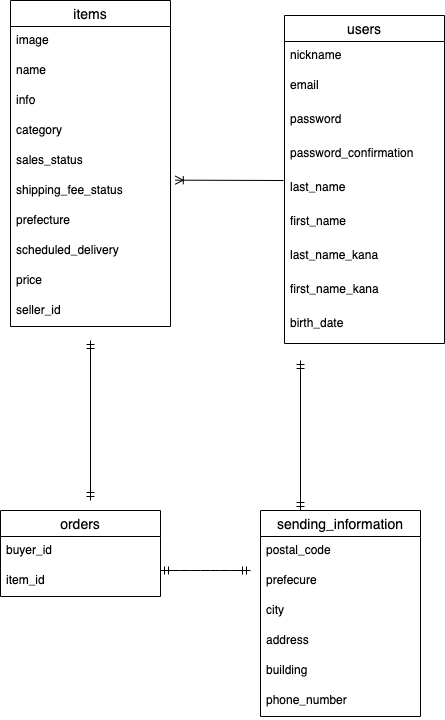
Before: furima.png, a diagram exported from draw.io (Lisakinomayoi/furima-36460). Source tidied: cells renumbered, new cells last; positions are measured from the earlier drawing's top-left corner, leaving out a move shared by most shapes.
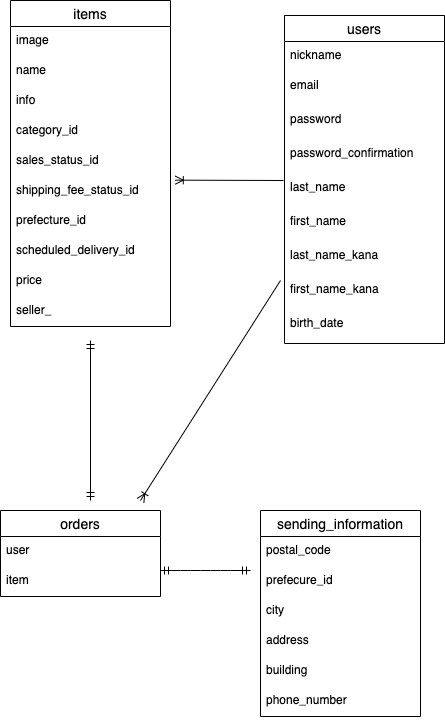
The same diagram one commit later.

Change to the diagram source:
```diff
@@ -44,34 +44,34 @@
     <mxCell id="15" value="info" style="text;strokeColor=none;fillColor=none;spacingLeft=4;spacingRight=4;overflow=hidden;fontSize=12;" parent="12" vertex="1">
       <mxGeometry y="86" width="160" height="30" as="geometry" />
     </mxCell>
-    <mxCell id="16" value="category" style="text;strokeColor=none;fillColor=none;spacingLeft=4;spacingRight=4;overflow=hidden;fontSize=12;" parent="12" vertex="1">
+    <mxCell id="16" value="category_id" style="text;strokeColor=none;fillColor=none;spacingLeft=4;spacingRight=4;overflow=hidden;fontSize=12;" parent="12" vertex="1">
       <mxGeometry y="116" width="160" height="30" as="geometry" />
     </mxCell>
-    <mxCell id="17" value="sales_status" style="text;strokeColor=none;fillColor=none;spacingLeft=4;spacingRight=4;overflow=hidden;fontSize=12;" parent="12" vertex="1">
+    <mxCell id="17" value="sales_status_id" style="text;strokeColor=none;fillColor=none;spacingLeft=4;spacingRight=4;overflow=hidden;fontSize=12;" parent="12" vertex="1">
       <mxGeometry y="146" width="160" height="30" as="geometry" />
     </mxCell>
-    <mxCell id="18" value="shipping_fee_status" style="text;strokeColor=none;fillColor=none;spacingLeft=4;spacingRight=4;overflow=hidden;points=[[0,0.5],[1,0.5]];portConstraint=eastwest;fontSize=12;" parent="12" vertex="1">
+    <mxCell id="18" value="shipping_fee_status_id" style="text;strokeColor=none;fillColor=none;spacingLeft=4;spacingRight=4;overflow=hidden;points=[[0,0.5],[1,0.5]];portConstraint=eastwest;fontSize=12;" parent="12" vertex="1">
       <mxGeometry y="176" width="160" height="30" as="geometry" />
     </mxCell>
-    <mxCell id="19" value="prefecture" style="text;strokeColor=none;fillColor=none;spacingLeft=4;spacingRight=4;overflow=hidden;fontSize=12;" parent="12" vertex="1">
+    <mxCell id="19" value="prefecture_id" style="text;strokeColor=none;fillColor=none;spacingLeft=4;spacingRight=4;overflow=hidden;fontSize=12;" parent="12" vertex="1">
       <mxGeometry y="206" width="160" height="30" as="geometry" />
     </mxCell>
-    <mxCell id="20" value="scheduled_delivery" style="text;strokeColor=none;fillColor=none;spacingLeft=4;spacingRight=4;overflow=hidden;fontSize=12;" parent="12" vertex="1">
+    <mxCell id="20" value="scheduled_delivery_id" style="text;strokeColor=none;fillColor=none;spacingLeft=4;spacingRight=4;overflow=hidden;fontSize=12;" parent="12" vertex="1">
       <mxGeometry y="236" width="160" height="30" as="geometry" />
     </mxCell>
     <mxCell id="21" value="price" style="text;strokeColor=none;fillColor=none;spacingLeft=4;spacingRight=4;overflow=hidden;fontSize=12;" parent="12" vertex="1">
       <mxGeometry y="266" width="160" height="30" as="geometry" />
     </mxCell>
-    <mxCell id="22" value="seller_id" style="text;strokeColor=none;fillColor=none;spacingLeft=4;spacingRight=4;overflow=hidden;fontSize=12;" parent="12" vertex="1">
+    <mxCell id="22" value="seller_" style="text;strokeColor=none;fillColor=none;spacingLeft=4;spacingRight=4;overflow=hidden;fontSize=12;" parent="12" vertex="1">
       <mxGeometry y="296" width="160" height="30" as="geometry" />
     </mxCell>
     <mxCell id="23" value="orders" style="swimlane;fontStyle=0;horizontal=1;startSize=26;align=center;fontSize=14;" parent="1" vertex="1">
       <mxGeometry y="510" width="160" height="86" as="geometry" />
     </mxCell>
-    <mxCell id="24" value="buyer_id" style="text;strokeColor=none;fillColor=none;spacingLeft=4;spacingRight=4;overflow=hidden;fontSize=12;" parent="23" vertex="1">
+    <mxCell id="24" value="user" style="text;strokeColor=none;fillColor=none;spacingLeft=4;spacingRight=4;overflow=hidden;fontSize=12;" parent="23" vertex="1">
       <mxGeometry y="26" width="160" height="30" as="geometry" />
     </mxCell>
-    <mxCell id="25" value="item_id" style="text;strokeColor=none;fillColor=none;spacingLeft=4;spacingRight=4;overflow=hidden;fontSize=12;" parent="23" vertex="1">
+    <mxCell id="25" value="item" style="text;strokeColor=none;fillColor=none;spacingLeft=4;spacingRight=4;overflow=hidden;fontSize=12;" parent="23" vertex="1">
       <mxGeometry y="56" width="160" height="30" as="geometry" />
     </mxCell>
     <mxCell id="26" value="sending_information" style="swimlane;fontStyle=0;horizontal=1;startSize=26;align=center;fontSize=14;" parent="1" vertex="1">
@@ -80,7 +80,7 @@
     <mxCell id="27" value="postal_code" style="text;strokeColor=none;fillColor=none;spacingLeft=4;spacingRight=4;overflow=hidden;fontSize=12;" parent="26" vertex="1">
       <mxGeometry y="26" width="160" height="30" as="geometry" />
     </mxCell>
-    <mxCell id="28" value="prefecure" style="text;strokeColor=none;fillColor=none;spacingLeft=4;spacingRight=4;overflow=hidden;fontSize=12;" parent="26" vertex="1">
+    <mxCell id="28" value="prefecure_id" style="text;strokeColor=none;fillColor=none;spacingLeft=4;spacingRight=4;overflow=hidden;fontSize=12;" parent="26" vertex="1">
       <mxGeometry y="56" width="160" height="30" as="geometry" />
     </mxCell>
     <mxCell id="29" value="city" style="text;strokeColor=none;fillColor=none;spacingLeft=4;spacingRight=4;overflow=hidden;fontSize=12;" parent="26" vertex="1">
@@ -112,10 +112,11 @@
         <mxPoint x="90" y="500" as="targetPoint" />
       </mxGeometry>
     </mxCell>
-    <mxCell id="36" style="fontSize=12;html=1;endArrow=ERmandOne;startArrow=ERmandOne;exitX=0.25;exitY=0;exitDx=0;exitDy=0;" parent="1" edge="1" source="26">
-      <mxGeometry relative="1" as="geometry">
-        <mxPoint x="300" y="360" as="targetPoint" />
-      </mxGeometry>
-    </mxCell>
+    <mxCell id="37" style="fontSize=12;html=1;endArrow=ERoneToMany;" parent="1" edge="1">
+      <mxGeometry relative="1" as="geometry">
+        <mxPoint x="280" y="280" as="sourcePoint" />
+        <mxPoint x="140" y="500" as="targetPoint" />
+      </mxGeometry>
+    </mxCell>
   </root>
 </mxGraphModel>
```
